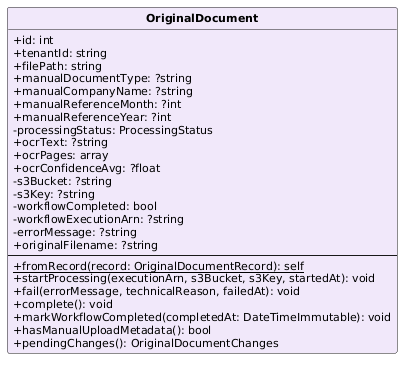
This is PB/Specifica Tecnica/ImmaginiSpecificaTecnica/ClassiSingole/OriginalDocument.png from aLittleByte-19/Documentazione, a PlantUML export, as it was before one commit.
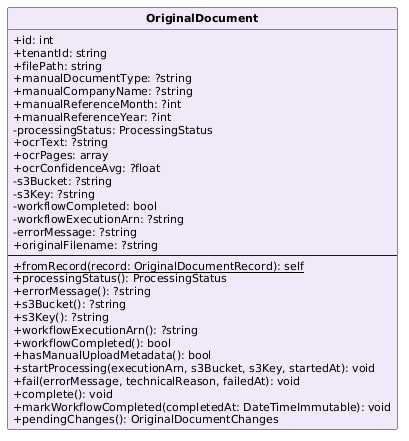
After the commit.

The edit, as a diff of the source:
```diff
@@ -25,11 +25,17 @@
   +originalFilename: ?string
   --
   {static} +fromRecord(record: OriginalDocumentRecord): self
+  +processingStatus(): ProcessingStatus
+  +errorMessage(): ?string
+  +s3Bucket(): ?string
+  +s3Key(): ?string
+  +workflowExecutionArn(): ?string
+  +workflowCompleted(): bool
+  +hasManualUploadMetadata(): bool
   +startProcessing(executionArn, s3Bucket, s3Key, startedAt): void
   +fail(errorMessage, technicalReason, failedAt): void
   +complete(): void
   +markWorkflowCompleted(completedAt: DateTimeImmutable): void
-  +hasManualUploadMetadata(): bool
   +pendingChanges(): OriginalDocumentChanges
 }
 @enduml
```
